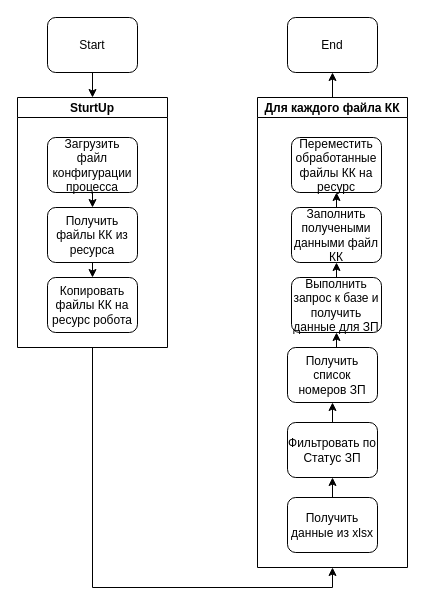
Before: Диаграмма без названия.drawio in existimatio/GAtest, a draw.io diagram. Source tidied: cells renumbered, new cells numbered last; positions are measured from the earlier drawing's top-left corner, leaving out a move shared by most shapes. Both pictures are drawn from the tidied source at 100%, with x=0, y=0 at pixel (17, 17).
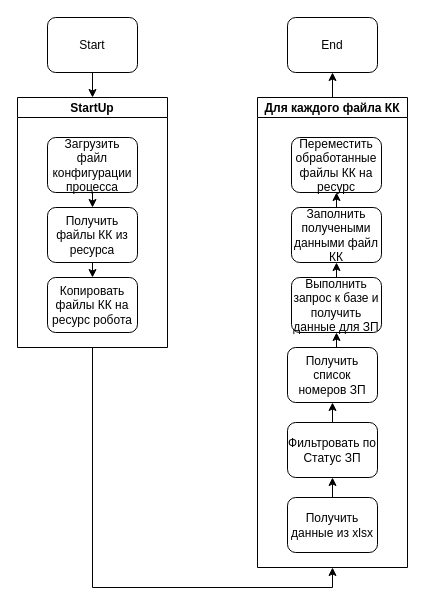
After the change.

Diff of the diagram source:
```diff
@@
-    <mxCell id="5" value="SturtUp" style="swimlane;startSize=20;horizontal=1;containerType=tree;" parent="1" vertex="1">
+    <mxCell id="5" value="StartUp" style="swimlane;startSize=20;horizontal=1;containerType=tree;" parent="1" vertex="1">
       <mxGeometry y="80" width="150" height="250" as="geometry" />
     </mxCell>
```
